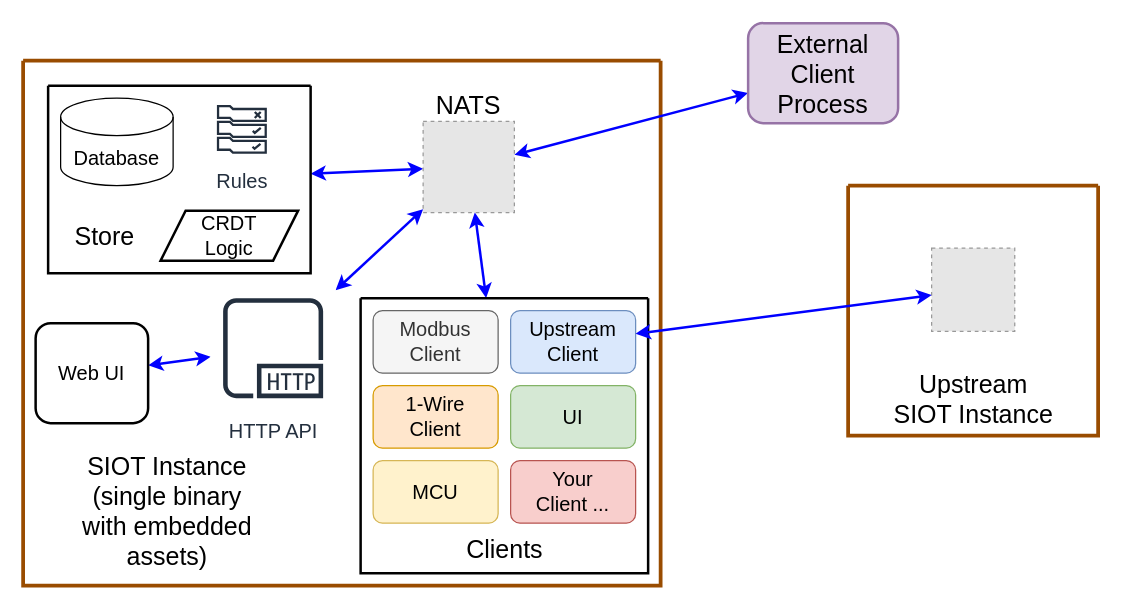
Before: page "arch app" (12 of 12) of docs/diagrams.drawio in simpleiot/simpleiot, a draw.io diagram. Source tidied: cells renumbered, new cells numbered last; positions are measured from the earlier drawing's top-left corner, leaving out a move shared by most shapes. Both pictures are drawn from the tidied source at 125%, with x=0, y=0 at pixel (22, 22). Pictures stored in the file or linked from it are replaced by grey dashed boxes.
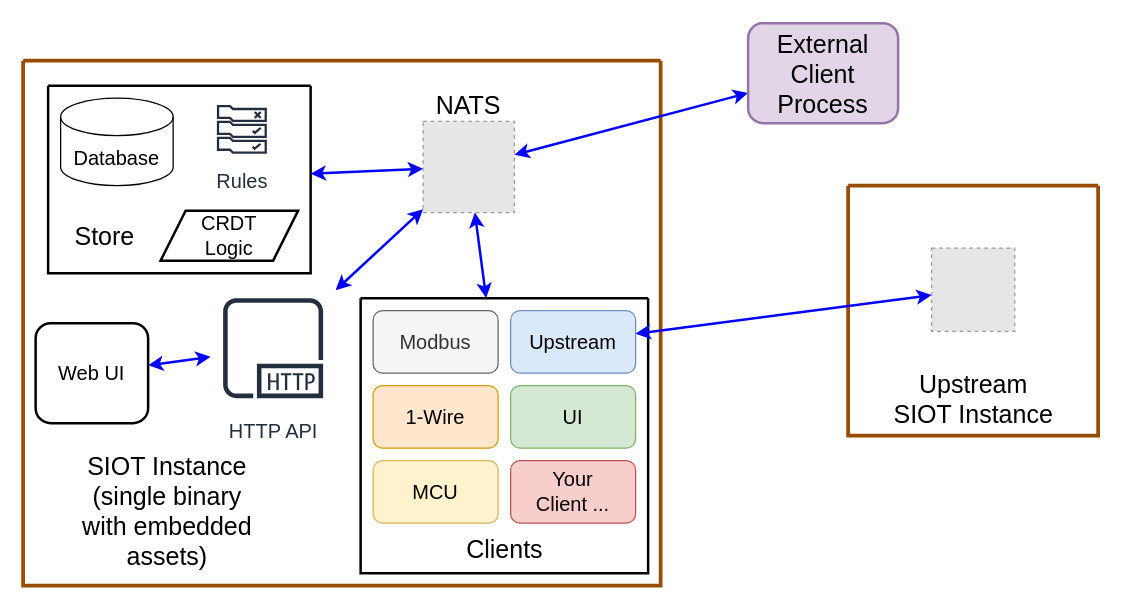
The same page after the edit.

Commit message (it also covers changes not shown here):
cleanup arch diagram

Unchanged cells that the change refers to:
```xml
<mxCell id="11" style="swimlane;startSize=0;fontSize=16;strokeWidth=2;" parent="2" vertex="1">
  <mxGeometry x="270" y="190" width="230" height="220" as="geometry" />
</mxCell>
```

Diff of the diagram source:
```diff
@@
-    <mxCell id="12" value="Upstream Client" style="rounded=1;whiteSpace=wrap;html=1;fontSize=16;fillColor=#dae8fc;strokeColor=#6c8ebf;" parent="11" vertex="1">
+    <mxCell id="12" value="Upstream" style="rounded=1;whiteSpace=wrap;html=1;fontSize=16;fillColor=#dae8fc;strokeColor=#6c8ebf;" parent="11" vertex="1">
       <mxGeometry x="120" y="10" width="100" height="50" as="geometry" />
     </mxCell>
-    <mxCell id="13" value="1-Wire&lt;br&gt;Client" style="rounded=1;whiteSpace=wrap;html=1;fontSize=16;fillColor=#ffe6cc;strokeColor=#d79b00;" parent="11" vertex="1">
+    <mxCell id="13" value="1-Wire" style="rounded=1;whiteSpace=wrap;html=1;fontSize=16;fillColor=#ffe6cc;strokeColor=#d79b00;" parent="11" vertex="1">
       <mxGeometry x="10" y="70" width="100" height="50" as="geometry" />
     </mxCell>
@@
-    <mxCell id="16" value="Modbus Client" style="rounded=1;whiteSpace=wrap;html=1;fontSize=16;fillColor=#f5f5f5;fontColor=#333333;strokeColor=#666666;" parent="11" vertex="1">
+    <mxCell id="16" value="Modbus" style="rounded=1;whiteSpace=wrap;html=1;fontSize=16;fillColor=#f5f5f5;fontColor=#333333;strokeColor=#666666;" parent="11" vertex="1">
       <mxGeometry x="10" y="10" width="100" height="50" as="geometry" />
     </mxCell>
```
